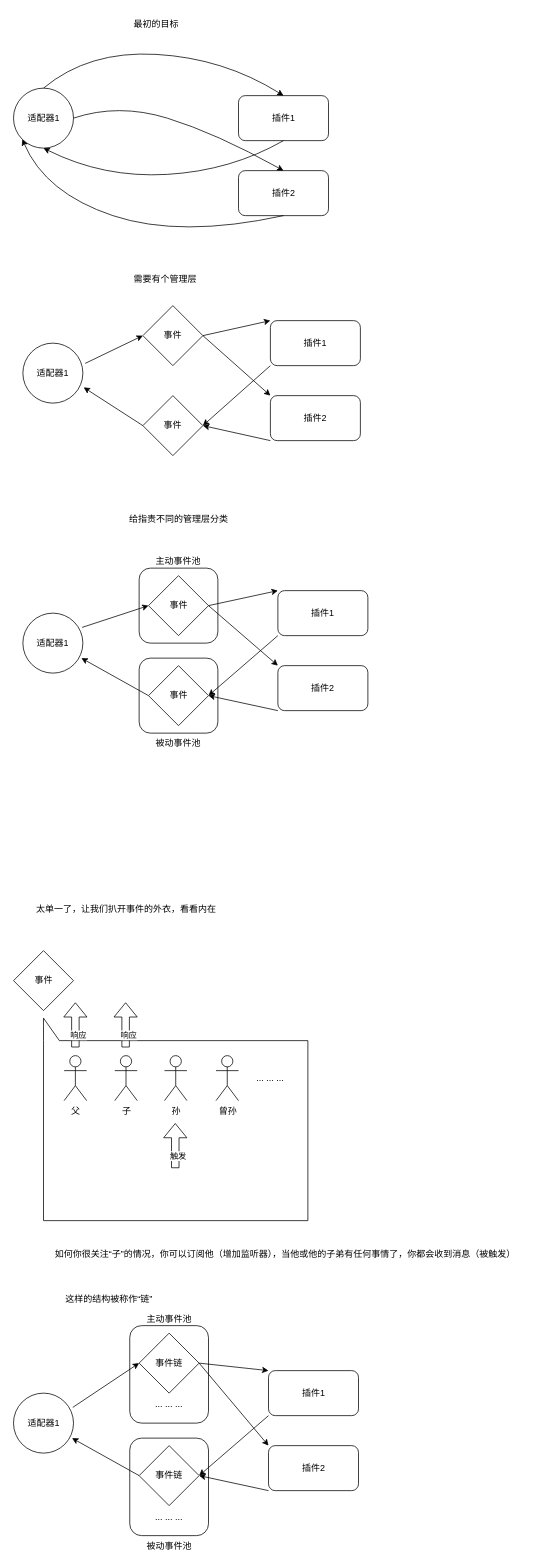
This is prototype.drawio from arily/KissaBot, a draw.io file, before an edit. Source tidied: cells renumbered, new cells numbered last; positions are measured from the earlier drawing's top-left corner, leaving out a move shared by most shapes. Both pictures are drawn from the tidied source at 75%, with x=0, y=0 at pixel (14, 13).
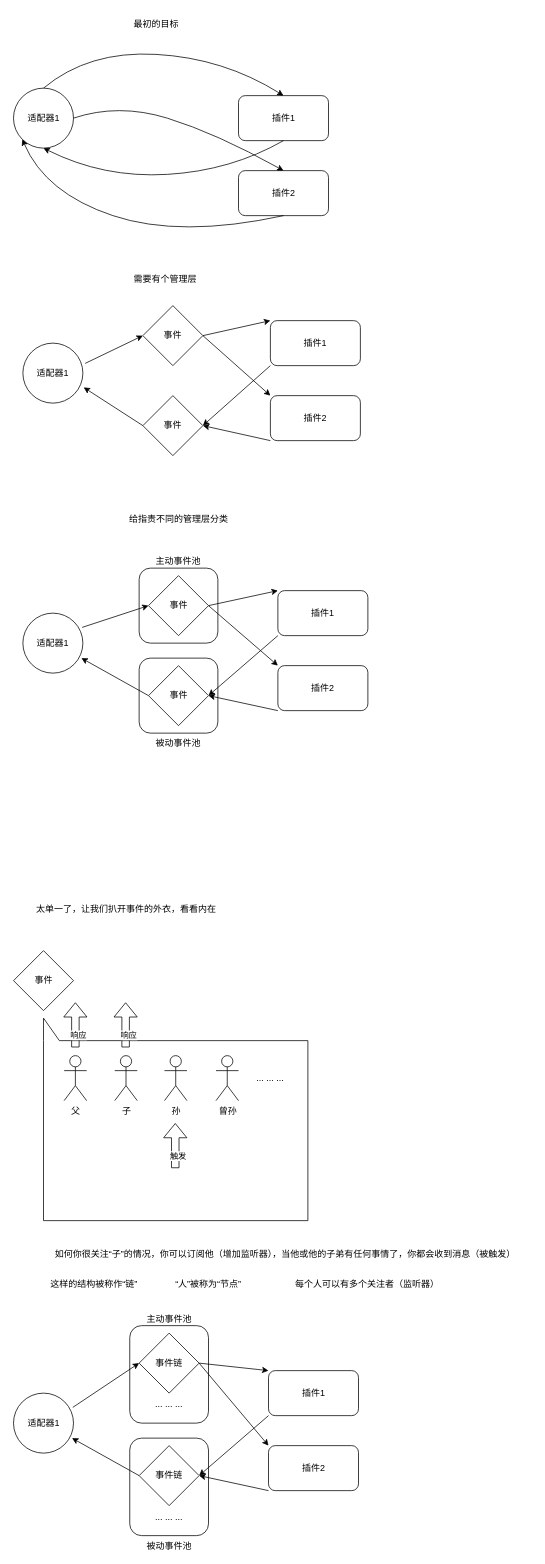
Above is the later version.

Change to the diagram source:
```diff
@@
     <mxCell id="51" value="这样的结构被称作“链”" style="text;html=1;strokeColor=none;fillColor=none;align=center;verticalAlign=middle;whiteSpace=wrap;rounded=0;" parent="1" vertex="1">
-      <mxGeometry x="52" y="1700" width="150" height="30" as="geometry" />
+      <mxGeometry x="32" y="1680" width="150" height="30" as="geometry" />
     </mxCell>
@@
+    <mxCell id="67" value="“人”被称为“节点”" style="text;html=1;strokeColor=none;fillColor=none;align=center;verticalAlign=middle;whiteSpace=wrap;rounded=0;" parent="1" vertex="1">
+      <mxGeometry x="197" y="1680" width="125" height="30" as="geometry" />
+    </mxCell>
+    <mxCell id="68" value="每个人可以有多个关注者（监听器）" style="text;html=1;strokeColor=none;fillColor=none;align=center;verticalAlign=middle;whiteSpace=wrap;rounded=0;" parent="1" vertex="1">
+      <mxGeometry x="359.5" y="1680" width="222.5" height="30" as="geometry" />
+    </mxCell>
```
